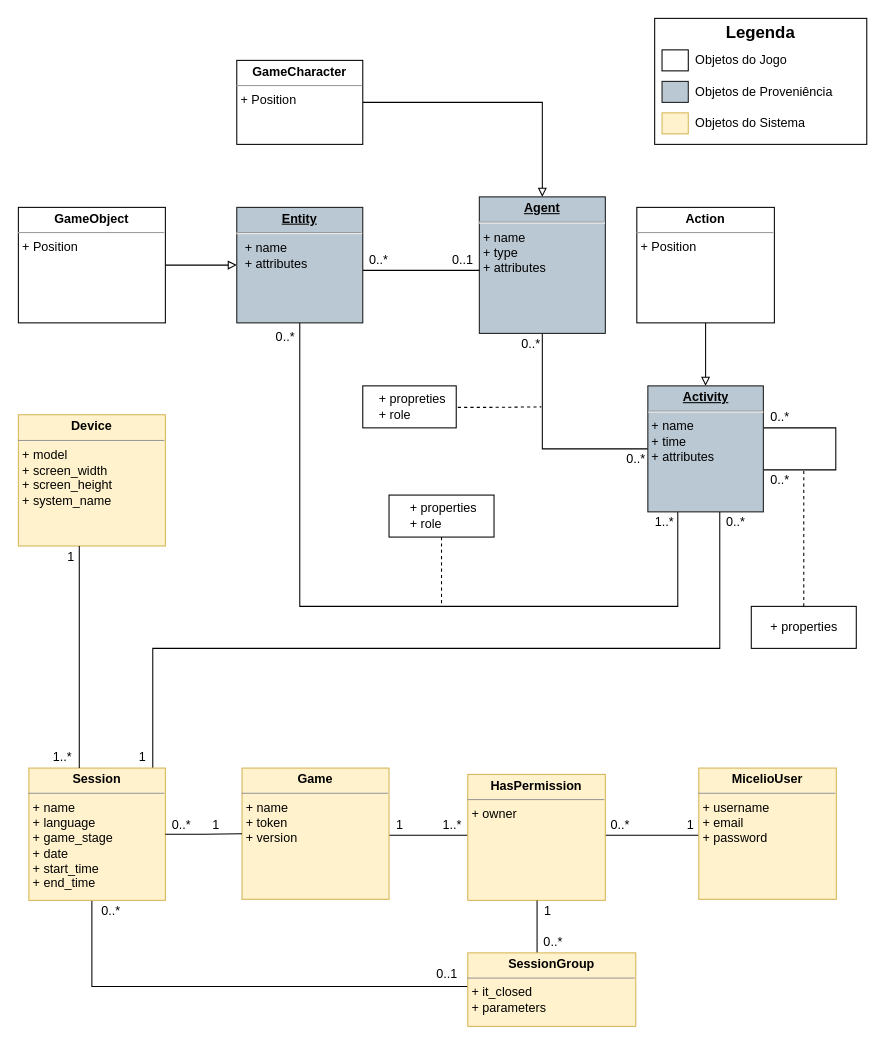
The draw.io diagram page "WebAPI Class Model" (4 of 6) of Documentation/Diagramas/Modelo De Dados Proveniencia.drawio in multisens/micelio, before the edit. Source tidied: cells renumbered, new cells numbered last; positions are measured from the earlier drawing's top-left corner, leaving out a move shared by most shapes. Both pictures are drawn from the tidied source at 105%, with x=0, y=0 at pixel (18, 18).
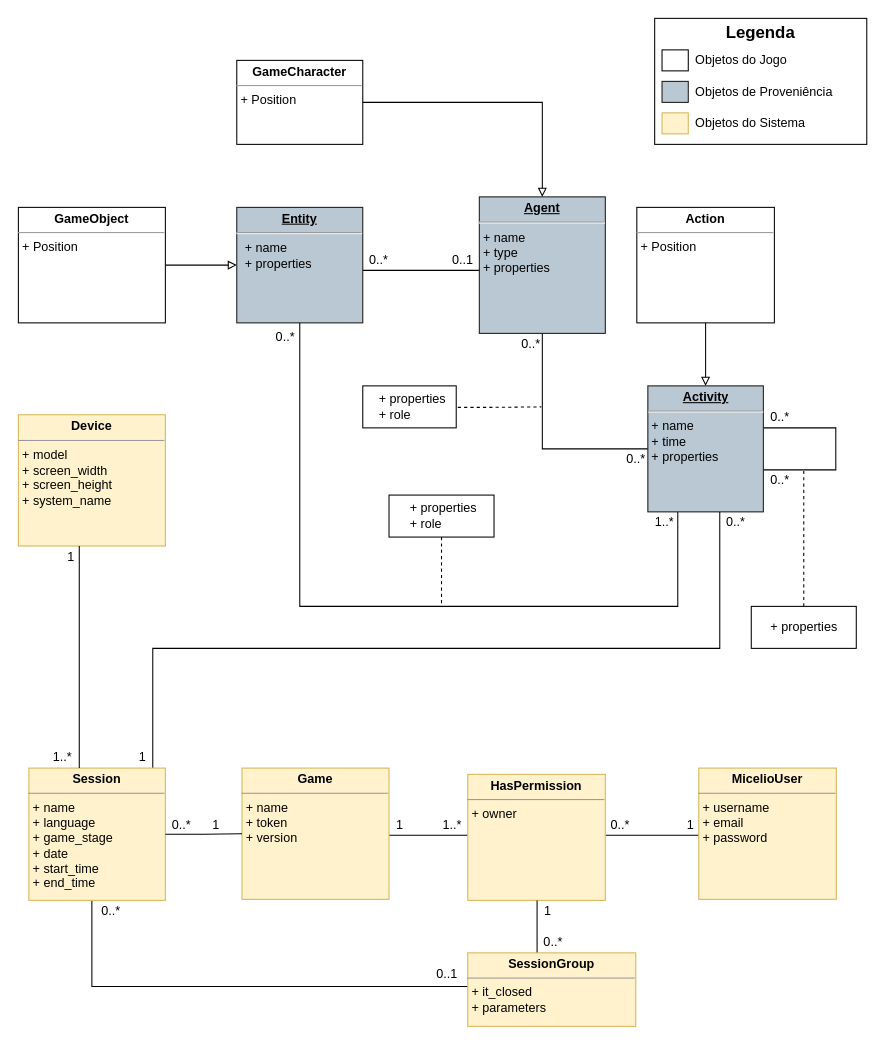
The same page after the edit.

The edit, as a diff of the source:
```diff
@@
-    <mxCell id="3" value="&lt;p style=&quot;margin: 0px ; margin-top: 4px ; text-align: center ; text-decoration: underline&quot;&gt;&lt;b&gt;Agent&lt;/b&gt;&lt;/p&gt;&lt;hr&gt;&lt;p style=&quot;margin: 0px 0px 0px 4px&quot;&gt;&lt;span&gt;+ name&lt;/span&gt;&lt;br&gt;&lt;/p&gt;&lt;p style=&quot;margin: 0px 0px 0px 4px&quot;&gt;+ type&lt;/p&gt;&lt;p style=&quot;margin: 0px 0px 0px 4px&quot;&gt;+ attributes&lt;/p&gt;&lt;p style=&quot;margin: 0px 0px 0px 4px&quot;&gt;&lt;br&gt;&lt;/p&gt;&lt;p style=&quot;margin: 0px 0px 0px 4px&quot;&gt;&lt;/p&gt;" style="verticalAlign=top;align=left;overflow=fill;fontSize=12;fontFamily=Helvetica;html=1;fillColor=#bac8d3;strokeColor=#1A1A1A;" parent="1" vertex="1">
+    <mxCell id="3" value="&lt;p style=&quot;margin: 0px ; margin-top: 4px ; text-align: center ; text-decoration: underline&quot;&gt;&lt;b&gt;Agent&lt;/b&gt;&lt;/p&gt;&lt;hr&gt;&lt;p style=&quot;margin: 0px 0px 0px 4px&quot;&gt;&lt;span&gt;+ name&lt;/span&gt;&lt;br&gt;&lt;/p&gt;&lt;p style=&quot;margin: 0px 0px 0px 4px&quot;&gt;+ type&lt;/p&gt;&lt;p style=&quot;margin: 0px 0px 0px 4px&quot;&gt;+ properties&lt;/p&gt;&lt;p style=&quot;margin: 0px 0px 0px 4px&quot;&gt;&lt;/p&gt;" style="verticalAlign=top;align=left;overflow=fill;fontSize=12;fontFamily=Helvetica;html=1;fillColor=#bac8d3;strokeColor=#1A1A1A;" parent="1" vertex="1">
       <mxGeometry x="439" y="170" width="120" height="130" as="geometry" />
     </mxCell>
@@
-    <mxCell id="10" value="&lt;p style=&quot;margin: 0px ; margin-top: 4px ; text-align: center ; text-decoration: underline&quot;&gt;&lt;b&gt;Entity&lt;/b&gt;&lt;/p&gt;&lt;hr&gt;&lt;p style=&quot;margin: 0px ; margin-left: 8px&quot;&gt;&lt;span&gt;+ name&lt;/span&gt;&lt;br&gt;&lt;/p&gt;&lt;p style=&quot;margin: 0px ; margin-left: 8px&quot;&gt;+ attributes&lt;br&gt;&lt;/p&gt;&lt;p style=&quot;margin: 0px ; margin-left: 8px&quot;&gt;&lt;br&gt;&lt;/p&gt;" style="verticalAlign=top;align=left;overflow=fill;fontSize=12;fontFamily=Helvetica;html=1;fillColor=#bac8d3;strokeColor=#1A1A1A;" parent="1" vertex="1">
+    <mxCell id="10" value="&lt;p style=&quot;margin: 0px ; margin-top: 4px ; text-align: center ; text-decoration: underline&quot;&gt;&lt;b&gt;Entity&lt;/b&gt;&lt;/p&gt;&lt;hr&gt;&lt;p style=&quot;margin: 0px ; margin-left: 8px&quot;&gt;&lt;span&gt;+ name&lt;/span&gt;&lt;br&gt;&lt;/p&gt;&lt;p style=&quot;margin: 0px ; margin-left: 8px&quot;&gt;+ properties&lt;/p&gt;" style="verticalAlign=top;align=left;overflow=fill;fontSize=12;fontFamily=Helvetica;html=1;fillColor=#bac8d3;strokeColor=#1A1A1A;" parent="1" vertex="1">
       <mxGeometry x="208" y="180" width="120" height="110" as="geometry" />
     </mxCell>
@@
-    <mxCell id="13" value="&lt;p style=&quot;margin: 0px ; margin-top: 4px ; text-align: center ; text-decoration: underline&quot;&gt;&lt;b&gt;Activity&lt;/b&gt;&lt;/p&gt;&lt;hr&gt;&amp;nbsp;+ name&lt;br&gt;&lt;span&gt;&amp;nbsp;+ time&lt;br&gt;&lt;/span&gt;&lt;span&gt;&amp;nbsp;&lt;/span&gt;&lt;span&gt;+ attributes&lt;/span&gt;" style="verticalAlign=top;align=left;overflow=fill;fontSize=12;fontFamily=Helvetica;html=1;fillColor=#BAC8D3;strokeColor=#1A1A1A;" parent="1" vertex="1">
+    <mxCell id="13" value="&lt;p style=&quot;margin: 0px ; margin-top: 4px ; text-align: center ; text-decoration: underline&quot;&gt;&lt;b&gt;Activity&lt;/b&gt;&lt;/p&gt;&lt;hr&gt;&amp;nbsp;+ name&lt;br&gt;&lt;span&gt;&amp;nbsp;+ time&lt;br&gt;&lt;/span&gt;&lt;span&gt;&amp;nbsp;&lt;/span&gt;&lt;span&gt;+ properties&lt;/span&gt;" style="verticalAlign=top;align=left;overflow=fill;fontSize=12;fontFamily=Helvetica;html=1;fillColor=#BAC8D3;strokeColor=#1A1A1A;" parent="1" vertex="1">
       <mxGeometry x="599.5" y="350" width="110" height="120" as="geometry" />
     </mxCell>
@@
-    <mxCell id="41" value="&lt;p style=&quot;text-align: left ; margin: 0px 0px 0px 4px&quot;&gt;+ propreties&lt;/p&gt;&lt;p style=&quot;text-align: left ; margin: 0px 0px 0px 4px&quot;&gt;+ role&lt;/p&gt;" style="html=1;" parent="1" vertex="1">
+    <mxCell id="41" value="&lt;p style=&quot;text-align: left ; margin: 0px 0px 0px 4px&quot;&gt;+ properties&lt;/p&gt;&lt;p style=&quot;text-align: left ; margin: 0px 0px 0px 4px&quot;&gt;+ role&lt;/p&gt;" style="html=1;" parent="1" vertex="1">
       <mxGeometry x="328" y="350" width="89" height="40" as="geometry" />
     </mxCell>
```
